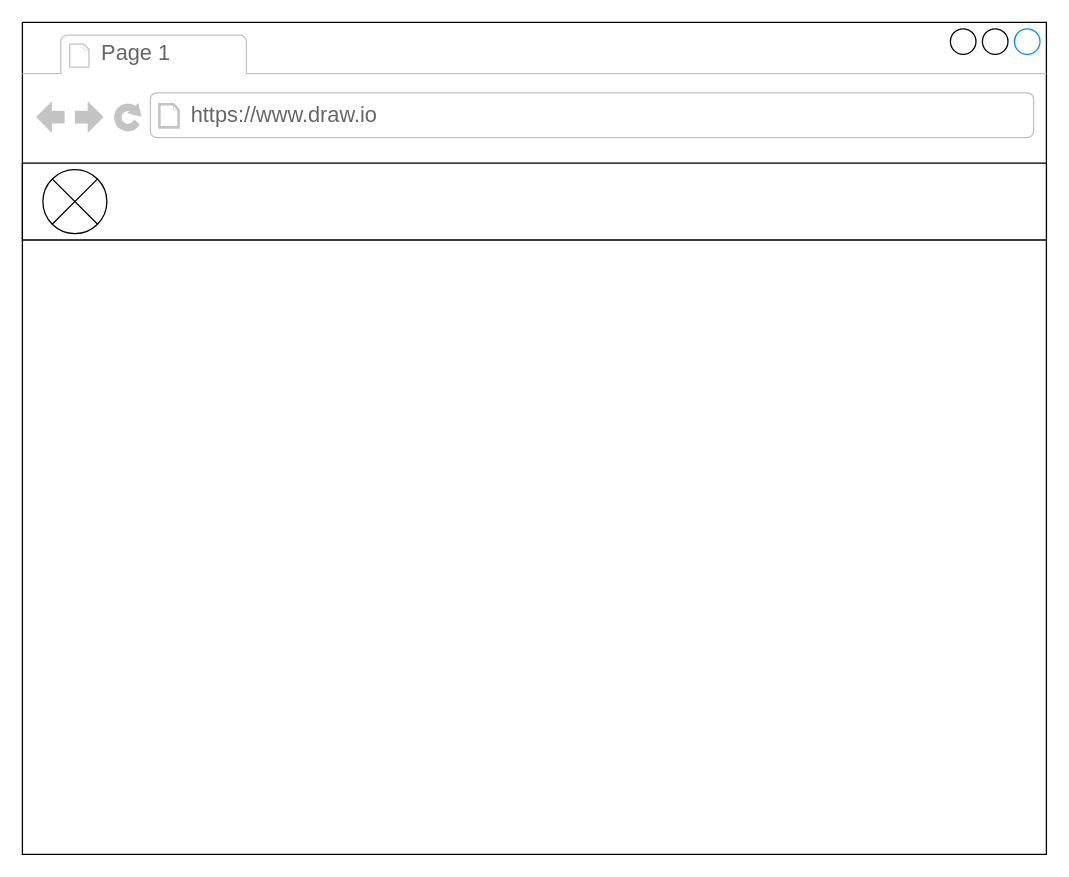
This is wireframe casablanca-detalle de producto.drawio from belutoranzo/digitalh, a draw.io file, before an edit. Source tidied: cells renumbered, new cells numbered last; positions are measured from the earlier drawing's top-left corner, leaving out a move shared by most shapes. Both pictures are drawn from the tidied source at 128%, with x=0, y=0 at pixel (22, 22).
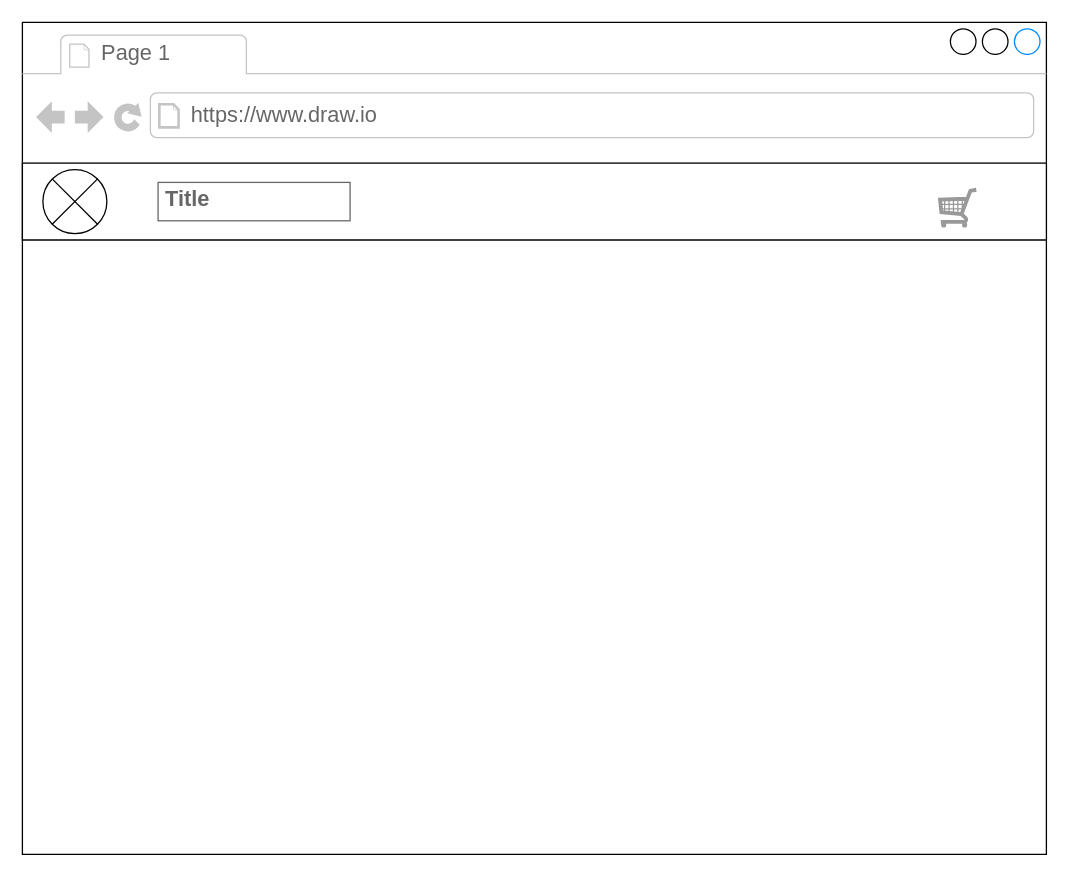
The same page after the edit.

Change to the diagram source:
```diff
@@
 <mxGraphModel>
   <root>
     <mxCell id="0" />
     <mxCell id="1" parent="0" />
     <mxCell id="2" style="strokeWidth=1;shadow=0;dashed=0;align=center;html=1;shape=mxgraph.mockup.containers.browserWindow;rSize=0;strokeColor2=#008cff;strokeColor3=#c4c4c4;mainText=,;" parent="1" vertex="1">
       <mxGeometry width="800" height="650" as="geometry" />
     </mxCell>
     <mxCell id="3" value="Page 1" style="strokeWidth=1;shadow=0;dashed=0;align=center;html=1;shape=mxgraph.mockup.containers.anchor;fontSize=17;fontColor=#666666;align=left;whiteSpace=wrap;" parent="2" vertex="1">
       <mxGeometry x="60" y="12" width="110" height="26" as="geometry" />
     </mxCell>
     <mxCell id="4" value="https://www.draw.io" style="strokeWidth=1;shadow=0;dashed=0;align=center;html=1;shape=mxgraph.mockup.containers.anchor;rSize=0;fontSize=17;fontColor=#666666;align=left;" parent="2" vertex="1">
       <mxGeometry x="130" y="60" width="250" height="26" as="geometry" />
     </mxCell>
     <mxCell id="5" style="verticalLabelPosition=bottom;verticalAlign=top;html=1;shape=mxgraph.basic.rect;fillColor2=none;strokeWidth=1;size=20;indent=5;" parent="2" vertex="1">
       <mxGeometry y="110" width="800" height="60" as="geometry" />
     </mxCell>
     <mxCell id="6" style="shape=sumEllipse;perimeter=ellipsePerimeter;whiteSpace=wrap;html=1;backgroundOutline=1;" parent="2" vertex="1">
       <mxGeometry x="16" y="115" width="50" height="50" as="geometry" />
     </mxCell>
+    <mxCell id="7" style="verticalLabelPosition=bottom;shadow=0;dashed=0;align=center;html=1;verticalAlign=top;strokeWidth=1;shape=mxgraph.mockup.misc.shoppingCart;strokeColor=#999999;" parent="2" vertex="1">
+      <mxGeometry x="716" y="130" width="30" height="30" as="geometry" />
+    </mxCell>
+    <mxCell id="8" value="&lt;b&gt;Title&lt;/b&gt;" style="strokeWidth=1;shadow=0;dashed=0;align=center;html=1;shape=mxgraph.mockup.text.textBox;fontColor=#666666;align=left;fontSize=17;spacingLeft=4;spacingTop=-3;whiteSpace=wrap;strokeColor=#666666;mainText=;" parent="2" vertex="1">
+      <mxGeometry x="106" y="125" width="150" height="30" as="geometry" />
+    </mxCell>
   </root>
 </mxGraphModel>
```
